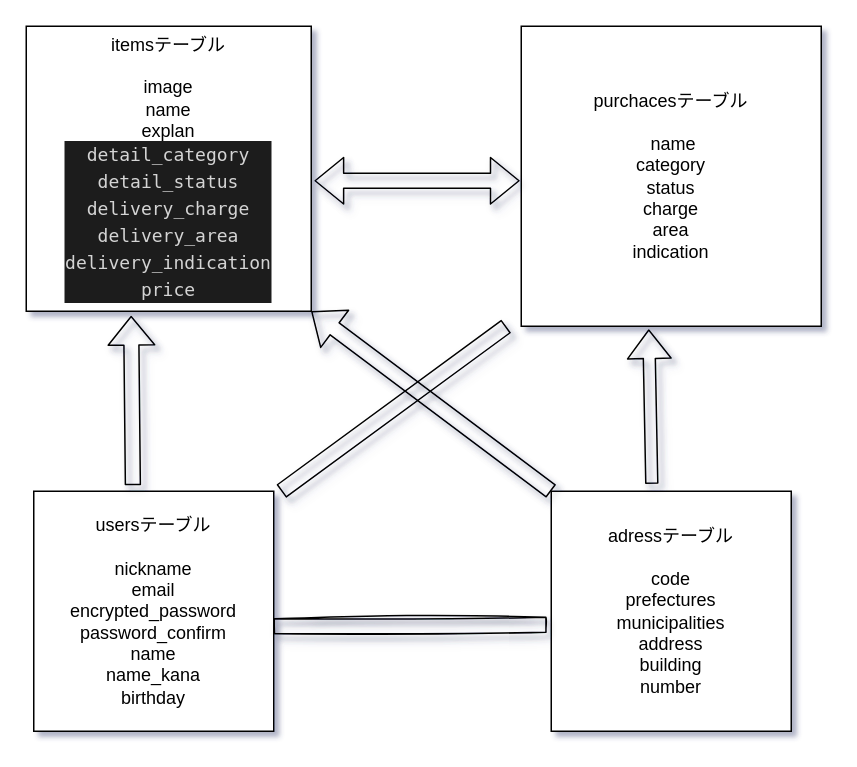
pochi13/furima-36385 keeps this draw.io diagram as ER.dio. Above is the earlier version. Source tidied: cells renumbered, new cells numbered last; positions are measured from the earlier drawing's top-left corner, leaving out a move shared by most shapes. Both pictures are drawn from the tidied source at 150%, with x=0, y=0 at pixel (26, 26).
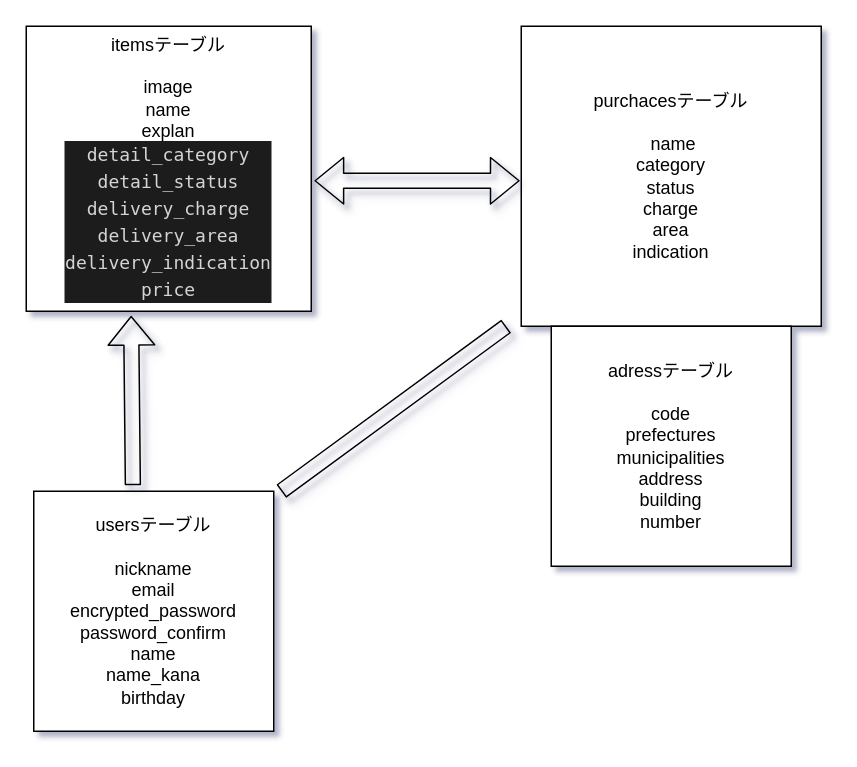
The same page after the edit.

Change to the diagram source:
```diff
@@
 <mxGraphModel background="#ffffff" shadow="1">
   <root>
     <mxCell id="0" />
     <mxCell id="1" parent="0" />
     <mxCell id="2" value="itemsテーブル&lt;br&gt;&lt;br&gt;image&lt;br&gt;name&lt;br&gt;explan&lt;br&gt;&lt;div style=&quot;color: rgb(212 , 212 , 212) ; background-color: rgb(30 , 30 , 30) ; font-family: &amp;#34;menlo&amp;#34; , &amp;#34;monaco&amp;#34; , &amp;#34;courier new&amp;#34; , monospace ; line-height: 18px&quot;&gt;detail_category&lt;/div&gt;&lt;div style=&quot;color: rgb(212 , 212 , 212) ; background-color: rgb(30 , 30 , 30) ; font-family: &amp;#34;menlo&amp;#34; , &amp;#34;monaco&amp;#34; , &amp;#34;courier new&amp;#34; , monospace ; line-height: 18px&quot;&gt;detail_status&lt;/div&gt;&lt;div style=&quot;color: rgb(212 , 212 , 212) ; background-color: rgb(30 , 30 , 30) ; font-family: &amp;#34;menlo&amp;#34; , &amp;#34;monaco&amp;#34; , &amp;#34;courier new&amp;#34; , monospace ; line-height: 18px&quot;&gt;&lt;div style=&quot;line-height: 18px&quot;&gt;delivery_charge&lt;/div&gt;&lt;div style=&quot;line-height: 18px&quot;&gt;&lt;div style=&quot;font-family: &amp;#34;menlo&amp;#34; , &amp;#34;monaco&amp;#34; , &amp;#34;courier new&amp;#34; , monospace ; line-height: 18px&quot;&gt;delivery_area&lt;/div&gt;&lt;div style=&quot;font-family: &amp;#34;menlo&amp;#34; , &amp;#34;monaco&amp;#34; , &amp;#34;courier new&amp;#34; , monospace ; line-height: 18px&quot;&gt;&lt;div style=&quot;line-height: 18px&quot;&gt;delivery_indication&lt;/div&gt;&lt;div style=&quot;line-height: 18px&quot;&gt;&lt;div style=&quot;line-height: 18px&quot;&gt;price&lt;/div&gt;&lt;/div&gt;&lt;/div&gt;&lt;/div&gt;&lt;/div&gt;" style="whiteSpace=wrap;html=1;" parent="1" vertex="1">
       <mxGeometry width="190" height="190" as="geometry" />
     </mxCell>
     <mxCell id="3" value="usersテーブル&lt;br&gt;&lt;br&gt;nickname&lt;br&gt;email&lt;br&gt;encrypted_password&lt;br&gt;password_confirm&lt;br&gt;name&lt;br&gt;name_kana&lt;br&gt;birthday" style="whiteSpace=wrap;html=1;" parent="1" vertex="1">
       <mxGeometry x="5" y="310" width="160" height="160" as="geometry" />
     </mxCell>
     <mxCell id="4" value="purchacesテーブル&lt;br&gt;&lt;br&gt;&amp;nbsp;name&lt;br&gt;category&lt;br&gt;status&lt;br&gt;charge&lt;br&gt;area&lt;br&gt;indication" style="whiteSpace=wrap;html=1;" parent="1" vertex="1">
       <mxGeometry x="330" width="200" height="200" as="geometry" />
     </mxCell>
     <mxCell id="5" value="adressテーブル&lt;br&gt;&lt;br&gt;code&lt;br&gt;prefectures&lt;br&gt;municipalities&lt;br&gt;address&lt;br&gt;building&lt;br&gt;number" style="whiteSpace=wrap;html=1;" parent="1" vertex="1">
-      <mxGeometry x="350" y="310" width="160" height="160" as="geometry" />
+      <mxGeometry x="350" y="200" width="160" height="160" as="geometry" />
     </mxCell>
     <mxCell id="6" style="shape=flexArrow;endArrow=classic;startArrow=classic;html=1;sourcePerimeterSpacing=0;width=0;endSize=5.67;entryX=-0.025;entryY=0.456;entryDx=0;entryDy=0;entryPerimeter=0;" parent="1" edge="1" target="5">
       <mxGeometry relative="1" as="geometry">
         <mxPoint x="170" y="380" as="sourcePoint" />
       </mxGeometry>
     </mxCell>
-    <mxCell id="7" style="shape=flexArrow;endArrow=none;startArrow=none;html=1;sourcePerimeterSpacing=0;entryX=-0.019;entryY=0.556;entryDx=0;entryDy=0;entryPerimeter=0;shadow=1;sketch=1;startFill=0;endFill=0;" parent="1" edge="1" target="5">
-      <mxGeometry relative="1" as="geometry">
-        <mxPoint x="165" y="400" as="sourcePoint" />
-      </mxGeometry>
-    </mxCell>
     <mxCell id="8" style="shape=flexArrow;endArrow=block;startArrow=none;html=1;sourcePerimeterSpacing=0;entryX=0.368;entryY=1.016;entryDx=0;entryDy=0;entryPerimeter=0;exitX=0.413;exitY=-0.025;exitDx=0;exitDy=0;exitPerimeter=0;elbow=vertical;shadow=1;sketch=0;endFill=0;startFill=0;" parent="1" edge="1" source="3" target="2">
       <mxGeometry relative="1" as="geometry" />
     </mxCell>
-    <mxCell id="9" style="shape=flexArrow;endArrow=block;startArrow=none;html=1;shadow=1;sourcePerimeterSpacing=0;width=8;startSize=4.7;exitX=0.419;exitY=-0.031;exitDx=0;exitDy=0;exitPerimeter=0;entryX=0.425;entryY=1.01;entryDx=0;entryDy=0;entryPerimeter=0;startFill=0;endFill=0;" parent="1" edge="1" source="5" target="4">
-      <mxGeometry relative="1" as="geometry" />
-    </mxCell>
     <mxCell id="10" style="endArrow=block;startArrow=block;html=1;shadow=1;sourcePerimeterSpacing=0;exitX=1.011;exitY=0.542;exitDx=0;exitDy=0;exitPerimeter=0;shape=flexArrow;endFill=0;" parent="1" edge="1" source="2">
       <mxGeometry relative="1" as="geometry">
         <mxPoint x="329" y="103" as="targetPoint" />
       </mxGeometry>
     </mxCell>
     <mxCell id="11" style="shape=flexArrow;endArrow=none;startArrow=none;html=1;shadow=1;sourcePerimeterSpacing=0;startFill=0;endFill=0;" parent="1" edge="1">
       <mxGeometry relative="1" as="geometry">
         <mxPoint x="170" y="310" as="sourcePoint" />
         <mxPoint x="320" y="200" as="targetPoint" />
       </mxGeometry>
     </mxCell>
-    <mxCell id="12" style="shape=flexArrow;endArrow=block;startArrow=none;html=1;shadow=1;sourcePerimeterSpacing=0;entryX=1;entryY=1;entryDx=0;entryDy=0;entryPerimeter=0;exitX=0;exitY=0;exitDx=0;exitDy=0;startFill=0;endFill=0;" parent="1" edge="1" source="5" target="2">
-      <mxGeometry relative="1" as="geometry" />
-    </mxCell>
   </root>
 </mxGraphModel>
```
